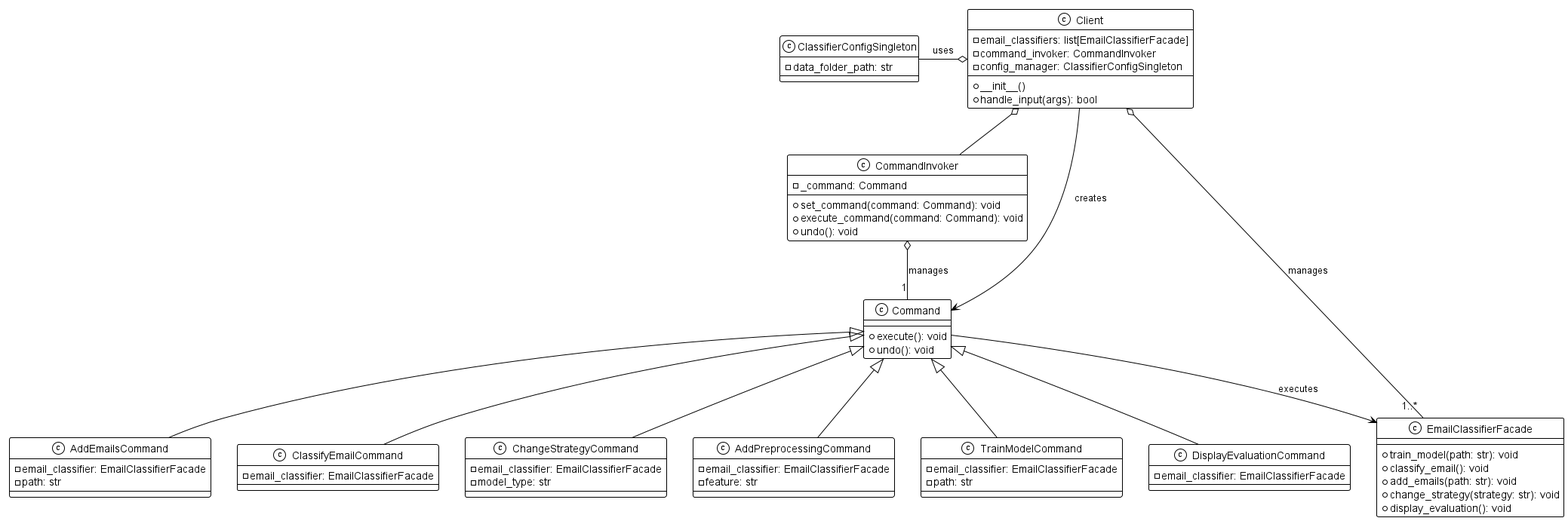
The PlantUML diagram out/uml/classifier_commands/classifier_commands.png in chrnas/email-classifier, before a commit.
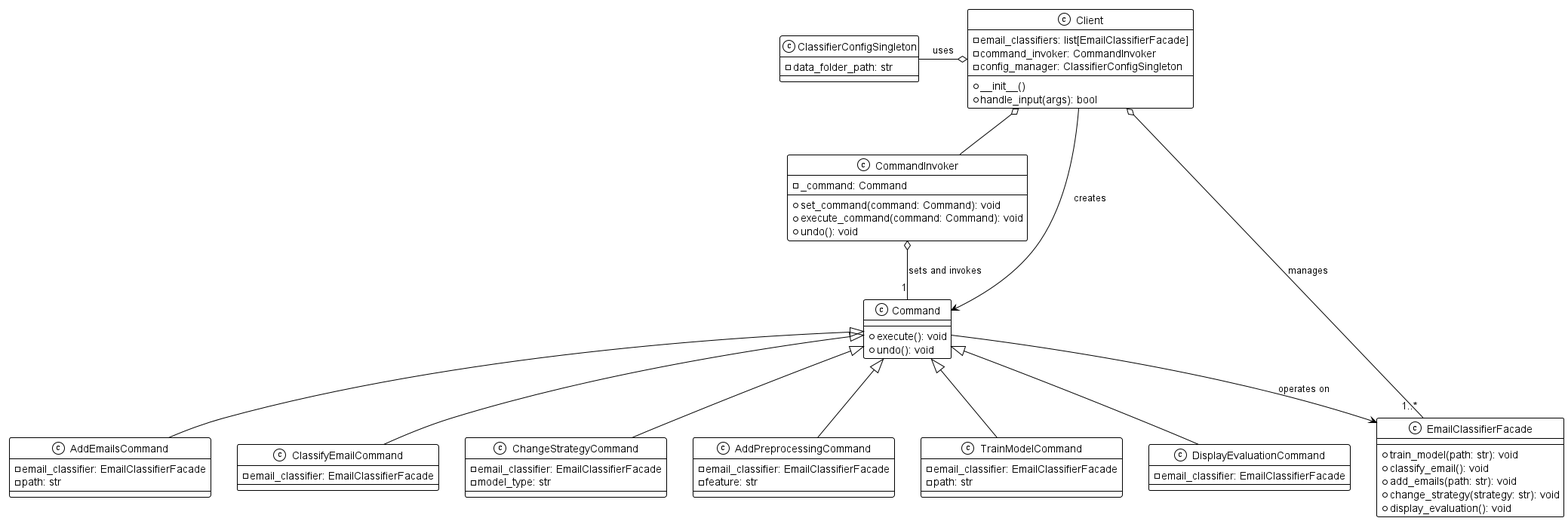
After the commit.

Diff of the diagram source:
```diff
@@ -63,7 +63,7 @@
 
 Client o-- "1..*" EmailClassifierFacade : manages
 Client o-- CommandInvoker
-CommandInvoker o-- "1" Command : manages
+CommandInvoker o-- "1" Command : sets and invokes
 Command <|-- AddEmailsCommand
 Command <|-- ClassifyEmailCommand
 Command <|-- ChangeStrategyCommand
@@ -72,7 +72,7 @@
 Command <|-- DisplayEvaluationCommand
 Client o-left- ClassifierConfigSingleton : uses
 
-Command --> EmailClassifierFacade : executes
+Command --> EmailClassifierFacade : operates on
 Client --> Command : creates
 
 @enduml
```
